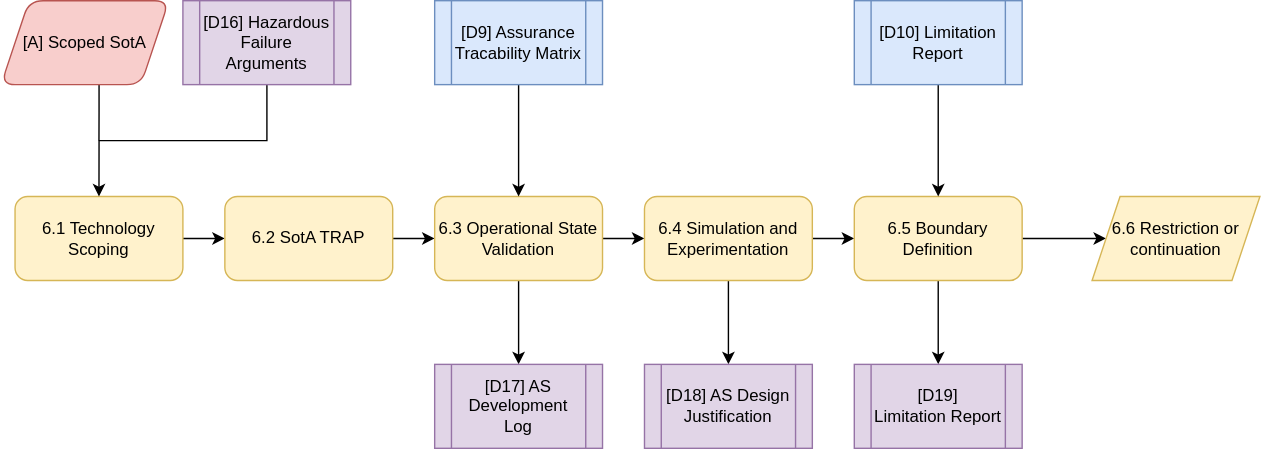
Earlier version of the draw.io export public/diagrams/step-6.svg (TortoiseFather/sacred-site). Source tidied: cells renumbered, new cells last; positions are measured from the earlier drawing's top-left corner, leaving out a move shared by most shapes.
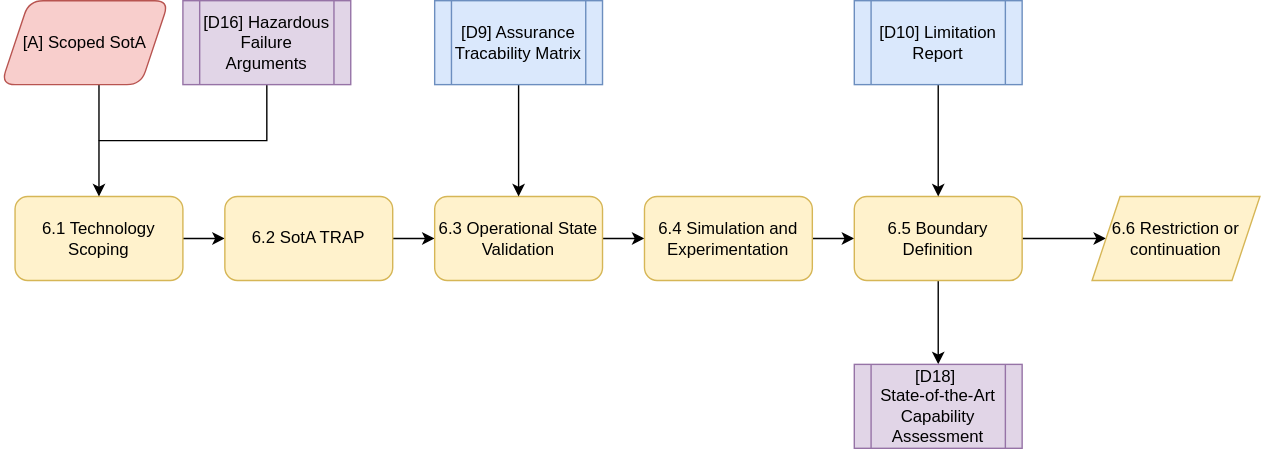
The same file after the commit.

Diff of the diagram source:
```diff
@@ -14,18 +14,12 @@
     <mxCell id="5" value="6.2 SotA TRAP" style="rounded=1;whiteSpace=wrap;html=1;fillColor=#fff2cc;strokeColor=#d6b656;" parent="1" vertex="1">
       <mxGeometry x="160" y="140" width="120" height="60" as="geometry" />
     </mxCell>
-    <mxCell id="6" style="edgeStyle=orthogonalEdgeStyle;rounded=0;jettySize=auto;html=1;" parent="1" edge="1" source="8" target="16">
-      <mxGeometry relative="1" as="geometry" />
-    </mxCell>
     <mxCell id="7" style="edgeStyle=orthogonalEdgeStyle;rounded=0;jettySize=auto;html=1;exitX=1;exitY=0.5;exitDx=0;exitDy=0;entryX=0;entryY=0.5;entryDx=0;entryDy=0;" parent="1" edge="1" source="8" target="11">
       <mxGeometry relative="1" as="geometry" />
     </mxCell>
     <mxCell id="8" value="6.3 Operational State Validation" style="rounded=1;whiteSpace=wrap;html=1;fillColor=#fff2cc;strokeColor=#d6b656;" parent="1" vertex="1">
       <mxGeometry x="310" y="140" width="120" height="60" as="geometry" />
     </mxCell>
-    <mxCell id="9" style="edgeStyle=orthogonalEdgeStyle;rounded=0;jettySize=auto;html=1;" parent="1" edge="1" source="11" target="17">
-      <mxGeometry relative="1" as="geometry" />
-    </mxCell>
     <mxCell id="10" style="edgeStyle=orthogonalEdgeStyle;rounded=0;jettySize=auto;html=1;exitX=1;exitY=0.5;exitDx=0;exitDy=0;" parent="1" edge="1" source="11" target="14">
       <mxGeometry relative="1" as="geometry" />
     </mxCell>
@@ -41,15 +35,9 @@
     <mxCell id="14" value="6.5 Boundary Definition" style="rounded=1;whiteSpace=wrap;html=1;fillColor=#fff2cc;strokeColor=#d6b656;" parent="1" vertex="1">
       <mxGeometry x="610" y="140" width="120" height="60" as="geometry" />
     </mxCell>
-    <mxCell id="15" value="[D19]&lt;div&gt;Limitation Report&lt;/div&gt;" style="shape=process;whiteSpace=wrap;html=1;backgroundOutline=1;fillColor=#e1d5e7;strokeColor=#9673a6;" parent="1" vertex="1">
+    <mxCell id="15" value="&lt;div&gt;[D18]&amp;nbsp;&lt;/div&gt;&lt;div&gt;State-of-the-Art Capability Assessment&lt;/div&gt;" style="shape=process;whiteSpace=wrap;html=1;backgroundOutline=1;fillColor=#e1d5e7;strokeColor=#9673a6;" parent="1" vertex="1">
       <mxGeometry x="610" y="260" width="120" height="60" as="geometry" />
     </mxCell>
-    <mxCell id="16" value="[D17] AS Development Log" style="shape=process;whiteSpace=wrap;html=1;backgroundOutline=1;fillColor=#e1d5e7;strokeColor=#9673a6;" parent="1" vertex="1">
-      <mxGeometry x="310" y="260" width="120" height="60" as="geometry" />
-    </mxCell>
-    <mxCell id="17" value="[D18] AS Design Justification" style="shape=process;whiteSpace=wrap;html=1;backgroundOutline=1;fillColor=#e1d5e7;strokeColor=#9673a6;" parent="1" vertex="1">
-      <mxGeometry x="460" y="260" width="120" height="60" as="geometry" />
-    </mxCell>
     <mxCell id="18" style="edgeStyle=orthogonalEdgeStyle;rounded=0;jettySize=auto;html=1;entryX=0.5;entryY=0;entryDx=0;entryDy=0;" parent="1" edge="1" source="19" target="3">
       <mxGeometry relative="1" as="geometry" />
     </mxCell>
```
